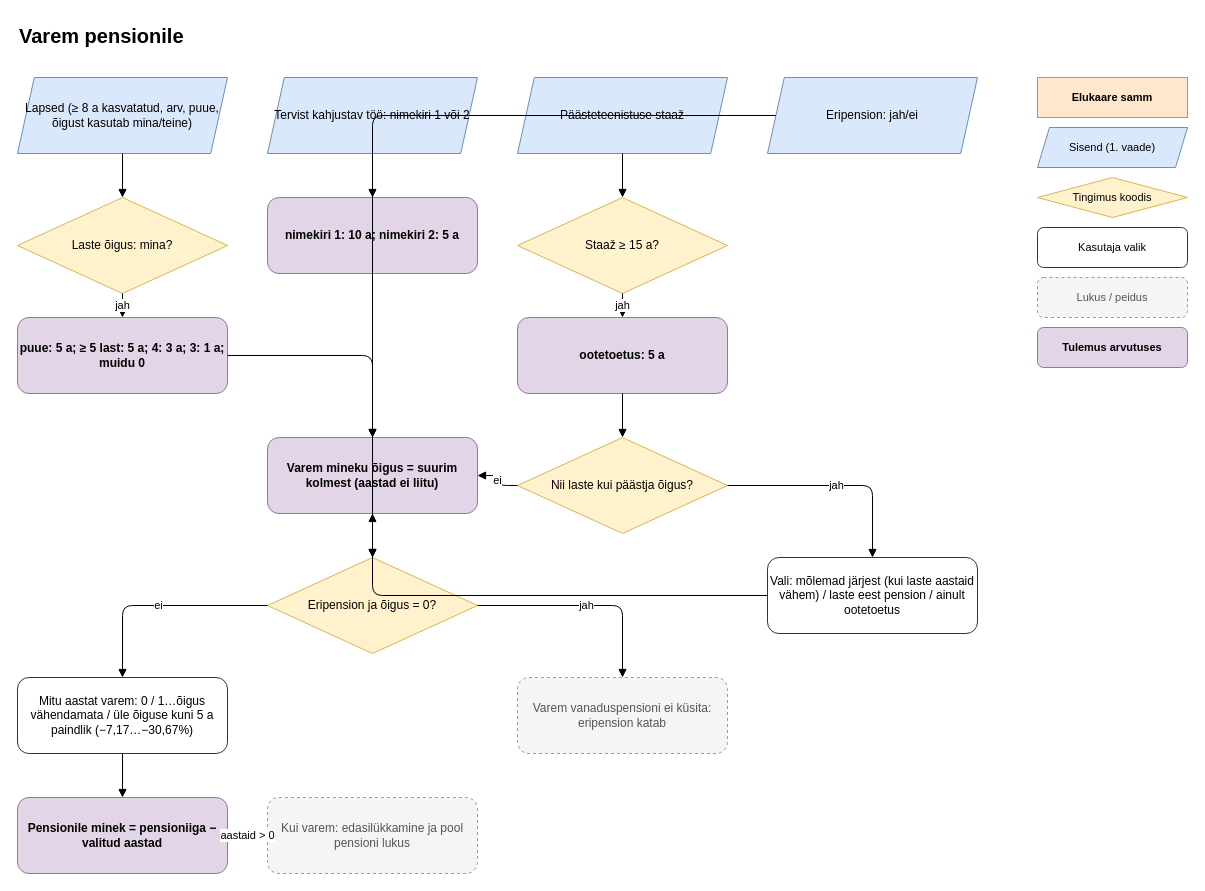
This is page "2 Varem pensionile" (2 of 7) of docs/elukaar_harud.drawio from mirxz/tulevane-mina, a draw.io file, before an edit. Source tidied: cells renumbered, new cells numbered last; positions are measured from the earlier drawing's top-left corner, leaving out a move shared by most shapes. Both pictures are drawn from the tidied source at 100%, with x=0, y=0 at pixel (17, 17).
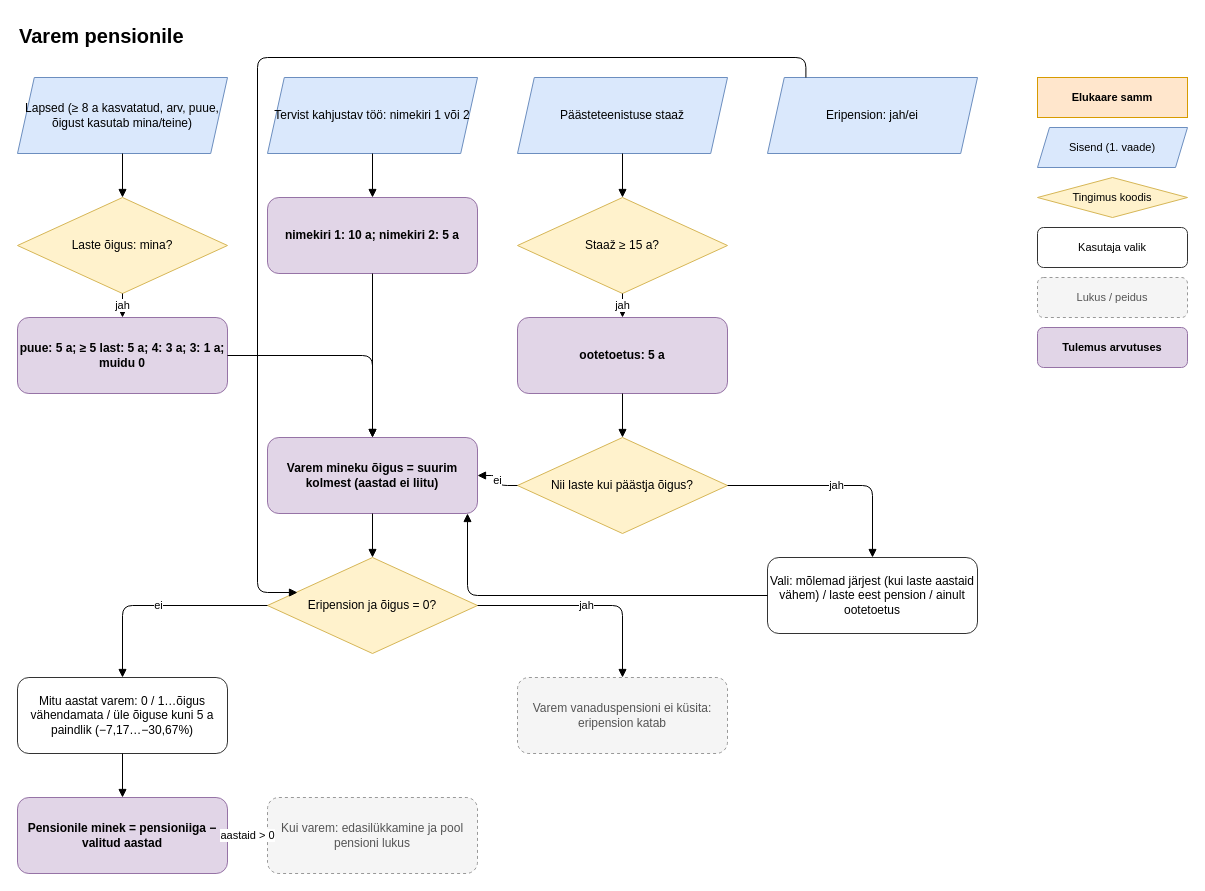
The same diagram, later.

Unchanged cells that the change refers to:
```xml
<mxCell id="6" value="Eripension: jah/ei" style="shape=parallelogram;perimeter=parallelogramPerimeter;size=0.08;whiteSpace=wrap;html=1;fillColor=#dae8fc;strokeColor=#6c8ebf;fontSize=12;" parent="1" vertex="1">
  <mxGeometry x="750" y="60" width="210" height="76" as="geometry" />
</mxCell>
<mxCell id="13" value="Vali: mõlemad järjest (kui laste aastaid vähem) / laste eest pension / ainult ootetoetus" style="rounded=1;whiteSpace=wrap;html=1;fillColor=#ffffff;strokeColor=#333333;fontSize=12;" parent="1" vertex="1">
  <mxGeometry x="750" y="540" width="210" height="76" as="geometry" />
</mxCell>
<mxCell id="14" value="Varem mineku õigus = suurim kolmest (aastad ei liitu)" style="rounded=1;whiteSpace=wrap;html=1;fillColor=#e1d5e7;strokeColor=#9673a6;fontStyle=1;fontSize=12;" parent="1" vertex="1">
  <mxGeometry x="250" y="420" width="210" height="76" as="geometry" />
</mxCell>
<mxCell id="15" value="Eripension ja õigus = 0?" style="rhombus;whiteSpace=wrap;html=1;fillColor=#fff2cc;strokeColor=#d6b656;fontSize=12;" parent="1" vertex="1">
  <mxGeometry x="250" y="540" width="210" height="96" as="geometry" />
</mxCell>
```

What changed in the source:
```diff
@@
     <mxCell id="30" style="edgeStyle=orthogonalEdgeStyle;rounded=1;html=1;endArrow=block;endFill=1;fontSize=11;labelBackgroundColor=#ffffff;" parent="1" edge="1" source="13" target="14">
-      <mxGeometry relative="1" as="geometry" />
+      <mxGeometry x="0.25" relative="1" as="geometry">
+        <Array as="points">
+          <mxPoint x="450" y="578" />
+        </Array>
+      </mxGeometry>
     </mxCell>
-    <mxCell id="31" style="edgeStyle=orthogonalEdgeStyle;rounded=1;html=1;endArrow=block;endFill=1;fontSize=11;labelBackgroundColor=#ffffff;" parent="1" edge="1" source="6" target="15">
-      <mxGeometry relative="1" as="geometry" />
+    <mxCell id="31" style="edgeStyle=orthogonalEdgeStyle;rounded=1;html=1;endArrow=block;endFill=1;fontSize=11;labelBackgroundColor=#ffffff;" parent="1" edge="1" source="6">
+      <mxGeometry x="-0.08" relative="1" as="geometry">
+        <mxPoint x="280" y="575" as="targetPoint" />
+        <Array as="points">
+          <mxPoint x="788.4" y="40" />
+          <mxPoint x="240" y="40" />
+          <mxPoint x="240" y="575" />
+        </Array>
+      </mxGeometry>
     </mxCell>
```
